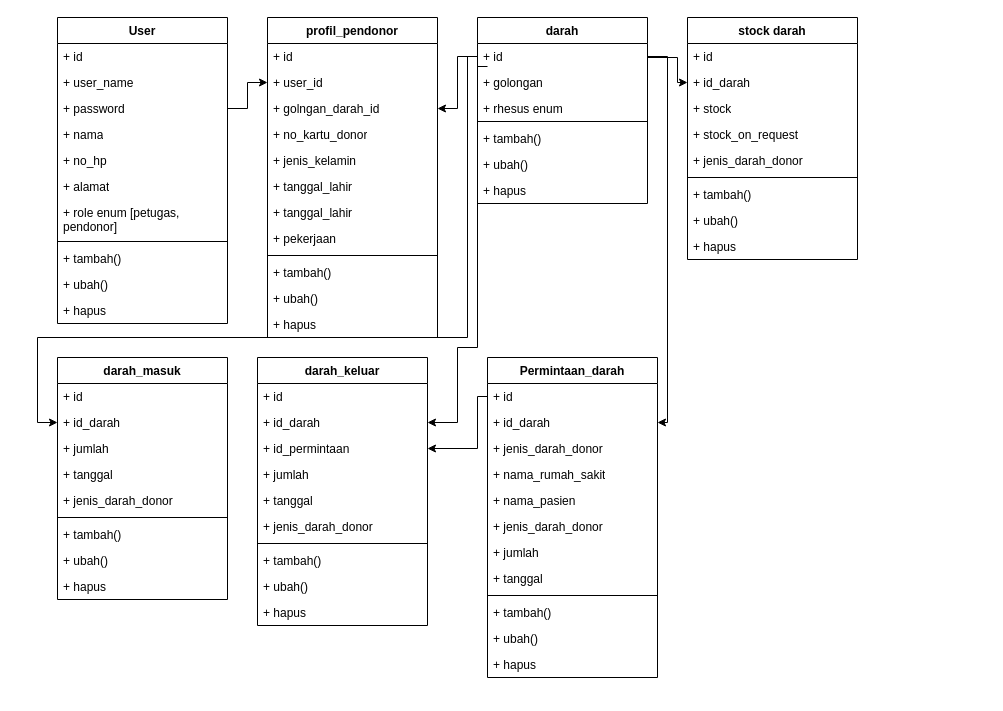
afdikomayte/UDD-PMI-blood-donation-service keeps this draw.io diagram as page "class-diagram" (16 of 24) of Untitled Diagram.drawio. Above is the earlier version. Source tidied: cells renumbered, new cells numbered last; positions are measured from the earlier drawing's top-left corner, leaving out a move shared by most shapes. Both pictures are drawn from the tidied source at 100%, with x=0, y=0 at pixel (37, 17).
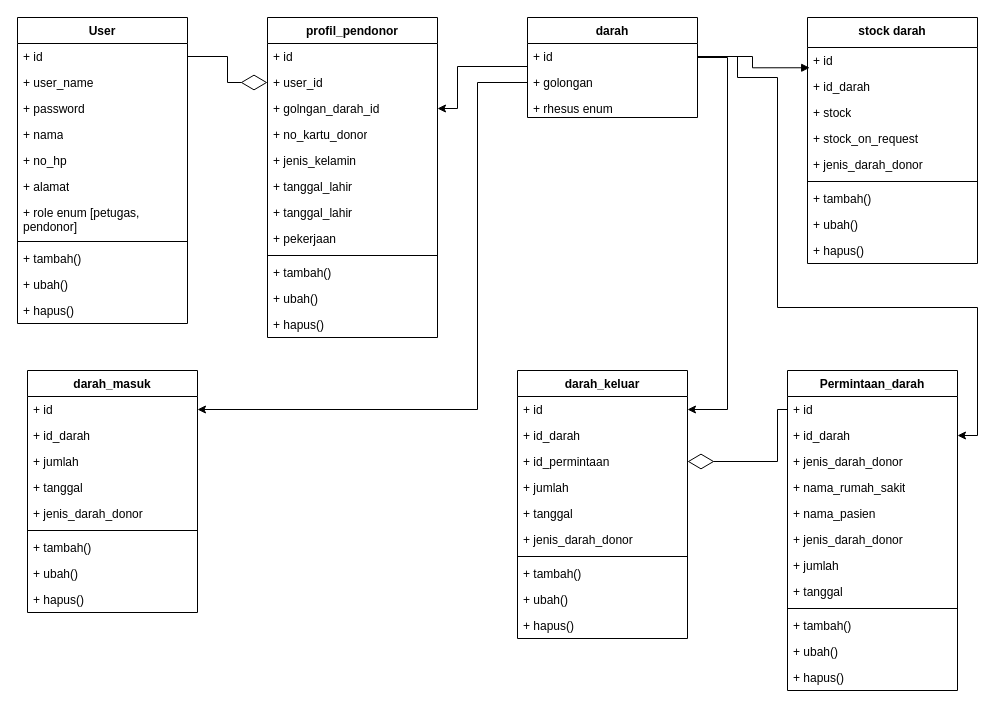
The same page after the edit.

The change refers to these unchanged cells:
```xml
<mxCell id="3" value="+ id&amp;nbsp;" style="text;strokeColor=none;fillColor=none;align=left;verticalAlign=top;spacingLeft=4;spacingRight=4;overflow=hidden;points=[[0,0.5],[1,0.5]];portConstraint=eastwest;whiteSpace=wrap;html=1;" parent="2" vertex="1">
  <mxGeometry y="26" width="170" height="26" as="geometry" />
</mxCell>
<mxCell id="5" value="+ password" style="text;strokeColor=none;fillColor=none;align=left;verticalAlign=top;spacingLeft=4;spacingRight=4;overflow=hidden;points=[[0,0.5],[1,0.5]];portConstraint=eastwest;whiteSpace=wrap;html=1;" parent="2" vertex="1">
  <mxGeometry y="78" width="170" height="26" as="geometry" />
</mxCell>
<mxCell id="15" value="+ id" style="text;strokeColor=none;fillColor=none;align=left;verticalAlign=top;spacingLeft=4;spacingRight=4;overflow=hidden;points=[[0,0.5],[1,0.5]];portConstraint=eastwest;whiteSpace=wrap;html=1;" parent="14" vertex="1">
  <mxGeometry y="26" width="170" height="26" as="geometry" />
</mxCell>
<mxCell id="16" value="+ golongan" style="text;strokeColor=none;fillColor=none;align=left;verticalAlign=top;spacingLeft=4;spacingRight=4;overflow=hidden;points=[[0,0.5],[1,0.5]];portConstraint=eastwest;whiteSpace=wrap;html=1;" parent="14" vertex="1">
  <mxGeometry y="52" width="170" height="26" as="geometry" />
</mxCell>
<mxCell id="32" value="profil_pendonor" style="swimlane;fontStyle=1;align=center;verticalAlign=top;horizontal=1;startSize=26;whiteSpace=wrap;html=1;" parent="1" vertex="1">
  <mxGeometry x="230" width="170" height="320" as="geometry" />
</mxCell>
<mxCell id="34" value="+ user_id" style="text;strokeColor=none;fillColor=none;align=left;verticalAlign=top;spacingLeft=4;spacingRight=4;overflow=hidden;points=[[0,0.5],[1,0.5]];portConstraint=eastwest;whiteSpace=wrap;html=1;" parent="32" vertex="1">
  <mxGeometry y="52" width="170" height="26" as="geometry" />
</mxCell>
<mxCell id="35" value="+ golngan_darah_id" style="text;strokeColor=none;fillColor=none;align=left;verticalAlign=top;spacingLeft=4;spacingRight=4;overflow=hidden;points=[[0,0.5],[1,0.5]];portConstraint=eastwest;whiteSpace=wrap;html=1;" parent="32" vertex="1">
  <mxGeometry y="78" width="170" height="26" as="geometry" />
</mxCell>
<mxCell id="49" value="+ id" style="text;strokeColor=none;fillColor=none;align=left;verticalAlign=top;spacingLeft=4;spacingRight=4;overflow=hidden;points=[[0,0.5],[1,0.5]];portConstraint=eastwest;whiteSpace=wrap;html=1;" parent="48" vertex="1">
  <mxGeometry y="26" width="170" height="26" as="geometry" />
</mxCell>
<mxCell id="50" value="+ id_darah" style="text;strokeColor=none;fillColor=none;align=left;verticalAlign=top;spacingLeft=4;spacingRight=4;overflow=hidden;points=[[0,0.5],[1,0.5]];portConstraint=eastwest;whiteSpace=wrap;html=1;" parent="48" vertex="1">
  <mxGeometry y="52" width="170" height="26" as="geometry" />
</mxCell>
<mxCell id="59" value="+ id" style="text;strokeColor=none;fillColor=none;align=left;verticalAlign=top;spacingLeft=4;spacingRight=4;overflow=hidden;points=[[0,0.5],[1,0.5]];portConstraint=eastwest;whiteSpace=wrap;html=1;" parent="58" vertex="1">
  <mxGeometry y="26" width="170" height="26" as="geometry" />
</mxCell>
<mxCell id="60" value="+ id_darah" style="text;strokeColor=none;fillColor=none;align=left;verticalAlign=top;spacingLeft=4;spacingRight=4;overflow=hidden;points=[[0,0.5],[1,0.5]];portConstraint=eastwest;whiteSpace=wrap;html=1;" parent="58" vertex="1">
  <mxGeometry y="52" width="170" height="26" as="geometry" />
</mxCell>
<mxCell id="74" value="+ id" style="text;strokeColor=none;fillColor=none;align=left;verticalAlign=top;spacingLeft=4;spacingRight=4;overflow=hidden;points=[[0,0.5],[1,0.5]];portConstraint=eastwest;whiteSpace=wrap;html=1;" parent="73" vertex="1">
  <mxGeometry y="26" width="170" height="26" as="geometry" />
</mxCell>
<mxCell id="75" value="+ id_darah" style="text;strokeColor=none;fillColor=none;align=left;verticalAlign=top;spacingLeft=4;spacingRight=4;overflow=hidden;points=[[0,0.5],[1,0.5]];portConstraint=eastwest;whiteSpace=wrap;html=1;" parent="73" vertex="1">
  <mxGeometry y="52" width="170" height="26" as="geometry" />
</mxCell>
<mxCell id="76" value="+ id_permintaan" style="text;strokeColor=none;fillColor=none;align=left;verticalAlign=top;spacingLeft=4;spacingRight=4;overflow=hidden;points=[[0,0.5],[1,0.5]];portConstraint=eastwest;whiteSpace=wrap;html=1;" parent="73" vertex="1">
  <mxGeometry y="78" width="170" height="26" as="geometry" />
</mxCell>
```

The edit, as a diff of the source:
```diff
@@
     <mxCell id="2" value="User" style="swimlane;fontStyle=1;align=center;verticalAlign=top;horizontal=1;startSize=26;whiteSpace=wrap;html=1;" parent="1" vertex="1">
-      <mxGeometry x="20" width="170" height="306" as="geometry" />
+      <mxGeometry x="-20" width="170" height="306" as="geometry" />
     </mxCell>
@@
-    <mxCell id="13" value="+ hapus" style="text;strokeColor=none;fillColor=none;align=left;verticalAlign=top;spacingLeft=4;spacingRight=4;overflow=hidden;whiteSpace=wrap;html=1;" parent="2" vertex="1">
+    <mxCell id="13" value="+ hapus()" style="text;strokeColor=none;fillColor=none;align=left;verticalAlign=top;spacingLeft=4;spacingRight=4;overflow=hidden;whiteSpace=wrap;html=1;" parent="2" vertex="1">
       <mxGeometry y="280" width="170" height="26" as="geometry" />
     </mxCell>
     <mxCell id="14" value="darah" style="swimlane;fontStyle=1;align=center;verticalAlign=top;horizontal=1;startSize=26;whiteSpace=wrap;html=1;" parent="1" vertex="1">
-      <mxGeometry x="440" width="170" height="186" as="geometry" />
+      <mxGeometry x="490" width="170" height="100" as="geometry" />
     </mxCell>
@@
-    <mxCell id="18" style="line;strokeWidth=1;fillColor=none;align=left;verticalAlign=middle;spacingTop=-1;spacingLeft=3;spacingRight=3;labelPosition=right;strokeColor=inherit;" parent="14" vertex="1">
-      <mxGeometry y="100" width="170" height="8" as="geometry" />
-    </mxCell>
-    <mxCell id="19" value="+ tambah()" style="text;strokeColor=none;fillColor=none;align=left;verticalAlign=top;spacingLeft=4;spacingRight=4;overflow=hidden;whiteSpace=wrap;html=1;" parent="14" vertex="1">
-      <mxGeometry y="108" width="170" height="26" as="geometry" />
-    </mxCell>
-    <mxCell id="20" value="+ ubah()" style="text;strokeColor=none;fillColor=none;align=left;verticalAlign=top;spacingLeft=4;spacingRight=4;overflow=hidden;whiteSpace=wrap;html=1;" parent="14" vertex="1">
-      <mxGeometry y="134" width="170" height="26" as="geometry" />
-    </mxCell>
-    <mxCell id="21" value="+ hapus" style="text;strokeColor=none;fillColor=none;align=left;verticalAlign=top;spacingLeft=4;spacingRight=4;overflow=hidden;whiteSpace=wrap;html=1;" parent="14" vertex="1">
-      <mxGeometry y="160" width="170" height="26" as="geometry" />
-    </mxCell>
-    <mxCell id="22" value="stock darah" style="swimlane;fontStyle=1;align=center;verticalAlign=top;horizontal=1;startSize=26;whiteSpace=wrap;html=1;" parent="1" vertex="1">
-      <mxGeometry x="650" width="170" height="242" as="geometry" />
+    <mxCell id="22" value="stock darah" style="swimlane;fontStyle=1;align=center;verticalAlign=top;horizontal=1;startSize=30;whiteSpace=wrap;html=1;" parent="1" vertex="1">
+      <mxGeometry x="770" width="170" height="246" as="geometry" />
     </mxCell>
     <mxCell id="23" value="+ id" style="text;strokeColor=none;fillColor=none;align=left;verticalAlign=top;spacingLeft=4;spacingRight=4;overflow=hidden;points=[[0,0.5],[1,0.5]];portConstraint=eastwest;whiteSpace=wrap;html=1;" parent="22" vertex="1">
-      <mxGeometry y="26" width="170" height="26" as="geometry" />
+      <mxGeometry y="30" width="170" height="26" as="geometry" />
     </mxCell>
     <mxCell id="24" value="+ id_darah" style="text;strokeColor=none;fillColor=none;align=left;verticalAlign=top;spacingLeft=4;spacingRight=4;overflow=hidden;points=[[0,0.5],[1,0.5]];portConstraint=eastwest;whiteSpace=wrap;html=1;" parent="22" vertex="1">
-      <mxGeometry y="52" width="170" height="26" as="geometry" />
+      <mxGeometry y="56" width="170" height="26" as="geometry" />
     </mxCell>
     <mxCell id="25" value="+ stock" style="text;strokeColor=none;fillColor=none;align=left;verticalAlign=top;spacingLeft=4;spacingRight=4;overflow=hidden;whiteSpace=wrap;html=1;" parent="22" vertex="1">
-      <mxGeometry y="78" width="170" height="26" as="geometry" />
+      <mxGeometry y="82" width="170" height="26" as="geometry" />
     </mxCell>
     <mxCell id="26" value="+ stock_on_request&lt;div&gt;&lt;br&gt;&lt;/div&gt;" style="text;strokeColor=none;fillColor=none;align=left;verticalAlign=top;spacingLeft=4;spacingRight=4;overflow=hidden;whiteSpace=wrap;html=1;" parent="22" vertex="1">
-      <mxGeometry y="104" width="170" height="26" as="geometry" />
+      <mxGeometry y="108" width="170" height="26" as="geometry" />
     </mxCell>
     <mxCell id="27" value="&lt;div&gt;+ jenis_darah_donor&lt;/div&gt;" style="text;strokeColor=none;fillColor=none;align=left;verticalAlign=top;spacingLeft=4;spacingRight=4;overflow=hidden;whiteSpace=wrap;html=1;" parent="22" vertex="1">
-      <mxGeometry y="130" width="170" height="26" as="geometry" />
+      <mxGeometry y="134" width="170" height="26" as="geometry" />
     </mxCell>
     <mxCell id="28" style="line;strokeWidth=1;fillColor=none;align=left;verticalAlign=middle;spacingTop=-1;spacingLeft=3;spacingRight=3;labelPosition=right;strokeColor=inherit;" parent="22" vertex="1">
-      <mxGeometry y="156" width="170" height="8" as="geometry" />
+      <mxGeometry y="160" width="170" height="8" as="geometry" />
     </mxCell>
     <mxCell id="29" value="+ tambah()" style="text;strokeColor=none;fillColor=none;align=left;verticalAlign=top;spacingLeft=4;spacingRight=4;overflow=hidden;whiteSpace=wrap;html=1;" parent="22" vertex="1">
-      <mxGeometry y="164" width="170" height="26" as="geometry" />
+      <mxGeometry y="168" width="170" height="26" as="geometry" />
     </mxCell>
     <mxCell id="30" value="+ ubah()" style="text;strokeColor=none;fillColor=none;align=left;verticalAlign=top;spacingLeft=4;spacingRight=4;overflow=hidden;whiteSpace=wrap;html=1;" parent="22" vertex="1">
-      <mxGeometry y="190" width="170" height="26" as="geometry" />
+      <mxGeometry y="194" width="170" height="26" as="geometry" />
     </mxCell>
-    <mxCell id="31" value="+ hapus" style="text;strokeColor=none;fillColor=none;align=left;verticalAlign=top;spacingLeft=4;spacingRight=4;overflow=hidden;whiteSpace=wrap;html=1;" parent="22" vertex="1">
-      <mxGeometry y="216" width="170" height="26" as="geometry" />
+    <mxCell id="31" value="+ hapus()" style="text;strokeColor=none;fillColor=none;align=left;verticalAlign=top;spacingLeft=4;spacingRight=4;overflow=hidden;whiteSpace=wrap;html=1;" parent="22" vertex="1">
+      <mxGeometry y="220" width="170" height="26" as="geometry" />
     </mxCell>
@@
-    <mxCell id="44" value="+ hapus" style="text;strokeColor=none;fillColor=none;align=left;verticalAlign=top;spacingLeft=4;spacingRight=4;overflow=hidden;whiteSpace=wrap;html=1;" parent="32" vertex="1">
+    <mxCell id="44" value="+ hapus()" style="text;strokeColor=none;fillColor=none;align=left;verticalAlign=top;spacingLeft=4;spacingRight=4;overflow=hidden;whiteSpace=wrap;html=1;" parent="32" vertex="1">
       <mxGeometry y="294" width="170" height="26" as="geometry" />
     </mxCell>
-    <mxCell id="45" style="edgeStyle=orthogonalEdgeStyle;rounded=0;jettySize=auto;html=1;exitX=1;exitY=0.5;exitDx=0;exitDy=0;" parent="1" edge="1" source="5" target="34">
-      <mxGeometry relative="1" as="geometry" />
-    </mxCell>
-    <mxCell id="46" style="edgeStyle=orthogonalEdgeStyle;rounded=0;jettySize=auto;html=1;exitX=0;exitY=0.5;exitDx=0;exitDy=0;" parent="1" edge="1" source="15" target="35">
-      <mxGeometry relative="1" as="geometry" />
-    </mxCell>
-    <mxCell id="47" style="edgeStyle=orthogonalEdgeStyle;rounded=0;jettySize=auto;html=1;exitX=1;exitY=0.5;exitDx=0;exitDy=0;entryX=0;entryY=0.5;entryDx=0;entryDy=0;" parent="1" edge="1" source="15" target="24">
-      <mxGeometry relative="1" as="geometry">
-        <Array as="points">
-          <mxPoint x="610" y="40" />
-          <mxPoint x="640" y="40" />
-          <mxPoint x="640" y="65" />
-        </Array>
-      </mxGeometry>
-    </mxCell>
     <mxCell id="48" value="darah_masuk" style="swimlane;fontStyle=1;align=center;verticalAlign=top;horizontal=1;startSize=26;whiteSpace=wrap;html=1;" parent="1" vertex="1">
-      <mxGeometry x="20" y="340" width="170" height="242" as="geometry" />
+      <mxGeometry x="-10" y="353" width="170" height="242" as="geometry" />
     </mxCell>
@@
-    <mxCell id="57" value="+ hapus" style="text;strokeColor=none;fillColor=none;align=left;verticalAlign=top;spacingLeft=4;spacingRight=4;overflow=hidden;whiteSpace=wrap;html=1;" parent="48" vertex="1">
+    <mxCell id="57" value="+ hapus()" style="text;strokeColor=none;fillColor=none;align=left;verticalAlign=top;spacingLeft=4;spacingRight=4;overflow=hidden;whiteSpace=wrap;html=1;" parent="48" vertex="1">
       <mxGeometry y="216" width="170" height="26" as="geometry" />
     </mxCell>
     <mxCell id="58" value="Permintaan_darah" style="swimlane;fontStyle=1;align=center;verticalAlign=top;horizontal=1;startSize=26;whiteSpace=wrap;html=1;" parent="1" vertex="1">
-      <mxGeometry x="450" y="340" width="170" height="320" as="geometry" />
+      <mxGeometry x="750" y="353" width="170" height="320" as="geometry" />
     </mxCell>
@@
-    <mxCell id="70" value="+ hapus" style="text;strokeColor=none;fillColor=none;align=left;verticalAlign=top;spacingLeft=4;spacingRight=4;overflow=hidden;whiteSpace=wrap;html=1;" parent="58" vertex="1">
+    <mxCell id="70" value="+ hapus()" style="text;strokeColor=none;fillColor=none;align=left;verticalAlign=top;spacingLeft=4;spacingRight=4;overflow=hidden;whiteSpace=wrap;html=1;" parent="58" vertex="1">
       <mxGeometry y="294" width="170" height="26" as="geometry" />
     </mxCell>
-    <mxCell id="71" style="edgeStyle=orthogonalEdgeStyle;rounded=0;jettySize=auto;html=1;entryX=0;entryY=0.5;entryDx=0;entryDy=0;exitX=0;exitY=0.5;exitDx=0;exitDy=0;" parent="1" edge="1" source="15" target="50">
-      <mxGeometry relative="1" as="geometry">
-        <Array as="points">
-          <mxPoint x="430" y="39" />
-          <mxPoint x="430" y="320" />
-          <mxPoint y="320" />
-          <mxPoint y="405" />
-        </Array>
-      </mxGeometry>
-    </mxCell>
     <mxCell id="72" style="edgeStyle=orthogonalEdgeStyle;rounded=0;jettySize=auto;html=1;exitX=1;exitY=0.5;exitDx=0;exitDy=0;entryX=1;entryY=0.5;entryDx=0;entryDy=0;" parent="1" edge="1" source="15" target="60">
       <mxGeometry relative="1" as="geometry">
         <Array as="points">
-          <mxPoint x="630" y="39" />
-          <mxPoint x="630" y="405" />
+          <mxPoint x="700" y="39" />
+          <mxPoint x="700" y="60" />
+          <mxPoint x="740" y="60" />
+          <mxPoint x="740" y="290" />
+          <mxPoint x="940" y="290" />
+          <mxPoint x="940" y="418" />
         </Array>
       </mxGeometry>
     </mxCell>
     <mxCell id="73" value="darah_keluar" style="swimlane;fontStyle=1;align=center;verticalAlign=top;horizontal=1;startSize=26;whiteSpace=wrap;html=1;" parent="1" vertex="1">
-      <mxGeometry x="220" y="340" width="170" height="268" as="geometry" />
+      <mxGeometry x="480" y="353" width="170" height="268" as="geometry" />
     </mxCell>
@@
-    <mxCell id="83" value="+ hapus" style="text;strokeColor=none;fillColor=none;align=left;verticalAlign=top;spacingLeft=4;spacingRight=4;overflow=hidden;whiteSpace=wrap;html=1;" parent="73" vertex="1">
+    <mxCell id="83" value="+ hapus()" style="text;strokeColor=none;fillColor=none;align=left;verticalAlign=top;spacingLeft=4;spacingRight=4;overflow=hidden;whiteSpace=wrap;html=1;" parent="73" vertex="1">
       <mxGeometry y="242" width="170" height="26" as="geometry" />
     </mxCell>
-    <mxCell id="84" style="edgeStyle=orthogonalEdgeStyle;rounded=0;jettySize=auto;html=1;entryX=1;entryY=0.5;entryDx=0;entryDy=0;exitX=0;exitY=0.5;exitDx=0;exitDy=0;" parent="1" edge="1" target="75">
-      <mxGeometry relative="1" as="geometry">
-        <mxPoint x="450" y="49" as="sourcePoint" />
-        <Array as="points">
-          <mxPoint x="440" y="49" />
-          <mxPoint x="440" y="330" />
-          <mxPoint x="420" y="330" />
-          <mxPoint x="420" y="405" />
-        </Array>
-      </mxGeometry>
-    </mxCell>
+    <mxCell id="86" style="endArrow=diamondThin;html=1;rounded=0;entryX=0;entryY=0.5;entryDx=0;entryDy=0;exitX=1;exitY=0.5;exitDx=0;exitDy=0;edgeStyle=orthogonalEdgeStyle;endFill=0;endSize=24;" parent="1" edge="1" source="3" target="34">
+      <mxGeometry relative="1" as="geometry" />
+    </mxCell>
-    <mxCell id="85" style="edgeStyle=orthogonalEdgeStyle;rounded=0;jettySize=auto;html=1;entryX=1;entryY=0.5;entryDx=0;entryDy=0;" parent="1" edge="1" source="59" target="76">
+    <mxCell id="85" style="endArrow=diamondThin;html=1;rounded=0;exitX=0;exitY=0.5;exitDx=0;exitDy=0;edgeStyle=orthogonalEdgeStyle;endFill=0;endSize=24;entryX=1;entryY=0.5;entryDx=0;entryDy=0;" parent="1" edge="1" source="59" target="76">
       <mxGeometry relative="1" as="geometry">
         <Array as="points">
-          <mxPoint x="440" y="379" />
-          <mxPoint x="440" y="431" />
+          <mxPoint x="740" y="444" />
         </Array>
       </mxGeometry>
     </mxCell>
+    <mxCell id="87" style="html=1;verticalAlign=bottom;endArrow=block;rounded=0;entryX=0.013;entryY=0.78;entryDx=0;entryDy=0;exitX=1;exitY=0.5;exitDx=0;exitDy=0;entryPerimeter=0;edgeStyle=orthogonalEdgeStyle;" parent="1" edge="1" source="15" target="23">
+      <mxGeometry relative="1" as="geometry">
+        <Array as="points">
+          <mxPoint x="715" y="39" />
+          <mxPoint x="715" y="50" />
+        </Array>
+      </mxGeometry>
+    </mxCell>
+    <mxCell id="46" style="endArrow=classic;html=1;rounded=0;edgeStyle=orthogonalEdgeStyle;exitX=0;exitY=0.5;exitDx=0;exitDy=0;entryX=1;entryY=0.5;entryDx=0;entryDy=0;" parent="1" edge="1" source="15" target="35">
+      <mxGeometry relative="1" as="geometry">
+        <Array as="points">
+          <mxPoint x="490" y="49" />
+          <mxPoint x="420" y="49" />
+          <mxPoint x="420" y="91" />
+        </Array>
+      </mxGeometry>
+    </mxCell>
+    <mxCell id="88" style="endArrow=classic;html=1;rounded=0;edgeStyle=orthogonalEdgeStyle;entryX=1;entryY=0.5;entryDx=0;entryDy=0;exitX=0;exitY=0.5;exitDx=0;exitDy=0;" parent="1" edge="1" source="16" target="49">
+      <mxGeometry relative="1" as="geometry">
+        <Array as="points">
+          <mxPoint x="440" y="65" />
+          <mxPoint x="440" y="392" />
+        </Array>
+      </mxGeometry>
+    </mxCell>
+    <mxCell id="89" style="edgeStyle=orthogonalEdgeStyle;rounded=0;jettySize=auto;html=1;entryX=1;entryY=0.5;entryDx=0;entryDy=0;" parent="1" edge="1" source="15" target="74">
+      <mxGeometry relative="1" as="geometry">
+        <Array as="points">
+          <mxPoint x="690" y="40" />
+          <mxPoint x="690" y="392" />
+        </Array>
+      </mxGeometry>
+    </mxCell>
```
